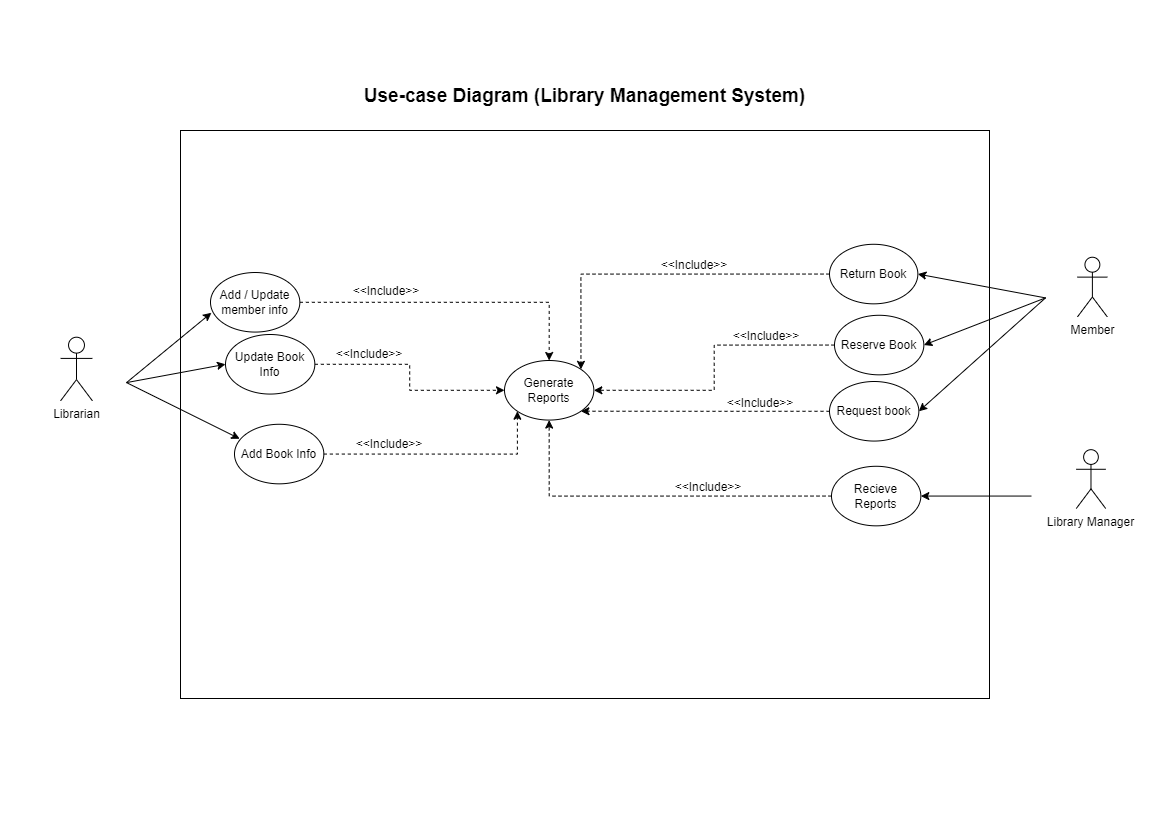
This is Library Management System (Use-Case Diagram).png from Abdulrahman-Sayed-1/Library-Management-System, a draw.io export, as it was before one commit. Source tidied: cells renumbered, new cells last; positions are measured from the earlier drawing's top-left corner, leaving out a move shared by most shapes.
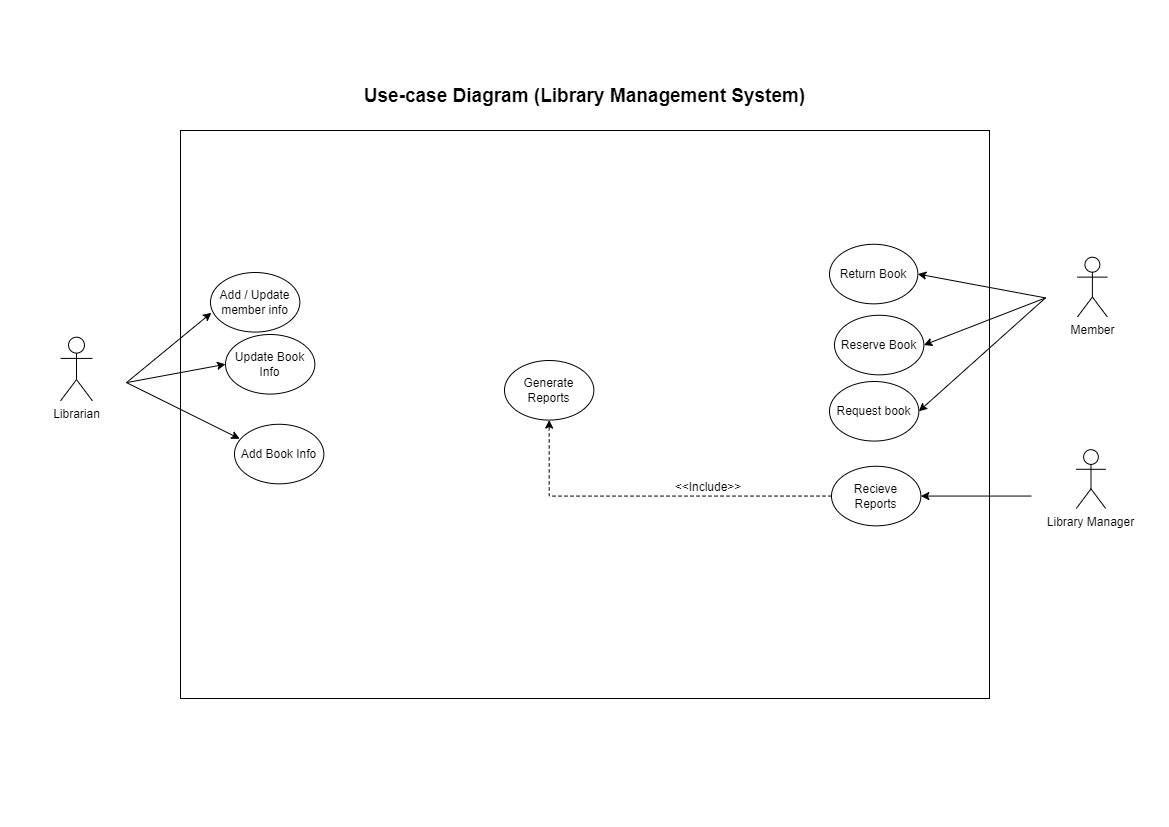
After the change.

Commit message:
Delete all unnecessary relationships.

Diff of the diagram source:
```diff
@@ -23,45 +23,9 @@
     <mxCell id="8" value="Generate Reports" style="ellipse;whiteSpace=wrap;html=1;" parent="1" vertex="1">
       <mxGeometry x="478" y="295" width="89.3" height="59.6" as="geometry" />
     </mxCell>
-    <mxCell id="9" style="edgeStyle=orthogonalEdgeStyle;rounded=0;jettySize=auto;html=1;exitX=1;exitY=0.5;exitDx=0;exitDy=0;entryX=0.5;entryY=0;entryDx=0;entryDy=0;dashed=1;" parent="1" edge="1" source="40" target="8">
-      <mxGeometry relative="1" as="geometry" />
-    </mxCell>
-    <mxCell id="10" style="edgeStyle=orthogonalEdgeStyle;rounded=0;jettySize=auto;html=1;exitX=1;exitY=0.5;exitDx=0;exitDy=0;entryX=0;entryY=0.5;entryDx=0;entryDy=0;dashed=1;" parent="1" edge="1" source="38" target="8">
-      <mxGeometry relative="1" as="geometry" />
-    </mxCell>
-    <mxCell id="11" style="edgeStyle=orthogonalEdgeStyle;rounded=0;jettySize=auto;html=1;exitX=1;exitY=0.5;exitDx=0;exitDy=0;entryX=0;entryY=1;entryDx=0;entryDy=0;dashed=1;" parent="1" edge="1" source="5" target="8">
-      <mxGeometry relative="1" as="geometry" />
-    </mxCell>
-    <mxCell id="12" style="edgeStyle=orthogonalEdgeStyle;rounded=0;jettySize=auto;html=1;exitX=0;exitY=0.5;exitDx=0;exitDy=0;entryX=1;entryY=0;entryDx=0;entryDy=0;dashed=1;" parent="1" edge="1" source="6" target="8">
-      <mxGeometry relative="1" as="geometry" />
-    </mxCell>
-    <mxCell id="13" style="edgeStyle=orthogonalEdgeStyle;rounded=0;jettySize=auto;html=1;exitX=0;exitY=0.5;exitDx=0;exitDy=0;entryX=1;entryY=0.5;entryDx=0;entryDy=0;dashed=1;" parent="1" edge="1" source="36" target="8">
-      <mxGeometry relative="1" as="geometry" />
-    </mxCell>
-    <mxCell id="14" style="edgeStyle=orthogonalEdgeStyle;rounded=0;jettySize=auto;html=1;exitX=0;exitY=0.5;exitDx=0;exitDy=0;entryX=1;entryY=1;entryDx=0;entryDy=0;dashed=1;" parent="1" edge="1" source="34" target="8">
-      <mxGeometry relative="1" as="geometry" />
-    </mxCell>
     <mxCell id="15" style="edgeStyle=orthogonalEdgeStyle;rounded=0;jettySize=auto;html=1;exitX=0;exitY=0.5;exitDx=0;exitDy=0;entryX=0.5;entryY=1;entryDx=0;entryDy=0;dashed=1;" parent="1" edge="1" source="7" target="8">
       <mxGeometry relative="1" as="geometry" />
     </mxCell>
-    <mxCell id="16" value="&amp;lt;&amp;lt;Include&amp;gt;&amp;gt;" style="text;html=1;align=center;verticalAlign=middle;whiteSpace=wrap;rounded=0;fontSize=12;" parent="1" vertex="1">
-      <mxGeometry x="313" y="273.8" width="60" height="30" as="geometry" />
-    </mxCell>
-    <mxCell id="17" value="&amp;lt;&amp;lt;Include&amp;gt;&amp;gt;" style="text;html=1;align=center;verticalAlign=middle;whiteSpace=wrap;rounded=0;fontSize=12;" parent="1" vertex="1">
-      <mxGeometry x="333" y="363.8" width="60" height="30" as="geometry" />
-    </mxCell>
-    <mxCell id="18" value="&amp;lt;&amp;lt;Include&amp;gt;&amp;gt;" style="text;html=1;align=center;verticalAlign=middle;whiteSpace=wrap;rounded=0;fontSize=12;" parent="1" vertex="1">
-      <mxGeometry x="330" y="210.8" width="60" height="30" as="geometry" />
-    </mxCell>
-    <mxCell id="19" value="&amp;lt;&amp;lt;Include&amp;gt;&amp;gt;" style="text;html=1;align=center;verticalAlign=middle;whiteSpace=wrap;rounded=0;fontSize=12;" parent="1" vertex="1">
-      <mxGeometry x="704" y="323" width="60" height="30" as="geometry" />
-    </mxCell>
-    <mxCell id="20" value="&amp;lt;&amp;lt;Include&amp;gt;&amp;gt;" style="text;html=1;align=center;verticalAlign=middle;whiteSpace=wrap;rounded=0;fontSize=12;" parent="1" vertex="1">
-      <mxGeometry x="710" y="255.8" width="60" height="30" as="geometry" />
-    </mxCell>
-    <mxCell id="21" value="&amp;lt;&amp;lt;Include&amp;gt;&amp;gt;" style="text;html=1;align=center;verticalAlign=middle;whiteSpace=wrap;rounded=0;fontSize=12;" parent="1" vertex="1">
-      <mxGeometry x="638" y="184.8" width="60" height="30" as="geometry" />
-    </mxCell>
     <mxCell id="22" value="&amp;lt;&amp;lt;Include&amp;gt;&amp;gt;" style="text;html=1;align=center;verticalAlign=middle;whiteSpace=wrap;rounded=0;fontSize=12;" parent="1" vertex="1">
       <mxGeometry x="652" y="406.8" width="60" height="30" as="geometry" />
     </mxCell>
```
